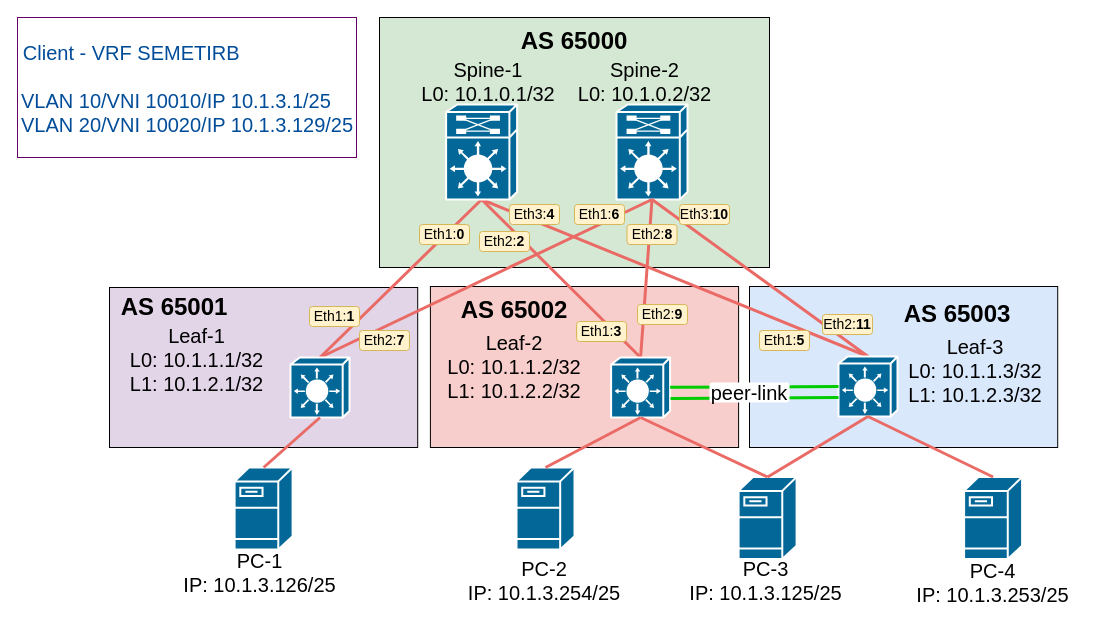
Earlier version of the draw.io diagram lab_07/dz-7_topo_VxLAN_M-LAG.drawio (Tema-sudo/OTUS_DC_network_design). Source tidied: cells renumbered, new cells numbered last; positions are measured from the earlier drawing's top-left corner, leaving out a move shared by most shapes. Both pictures are drawn from the tidied source at 100%, with x=0, y=0 at pixel (17, 17).
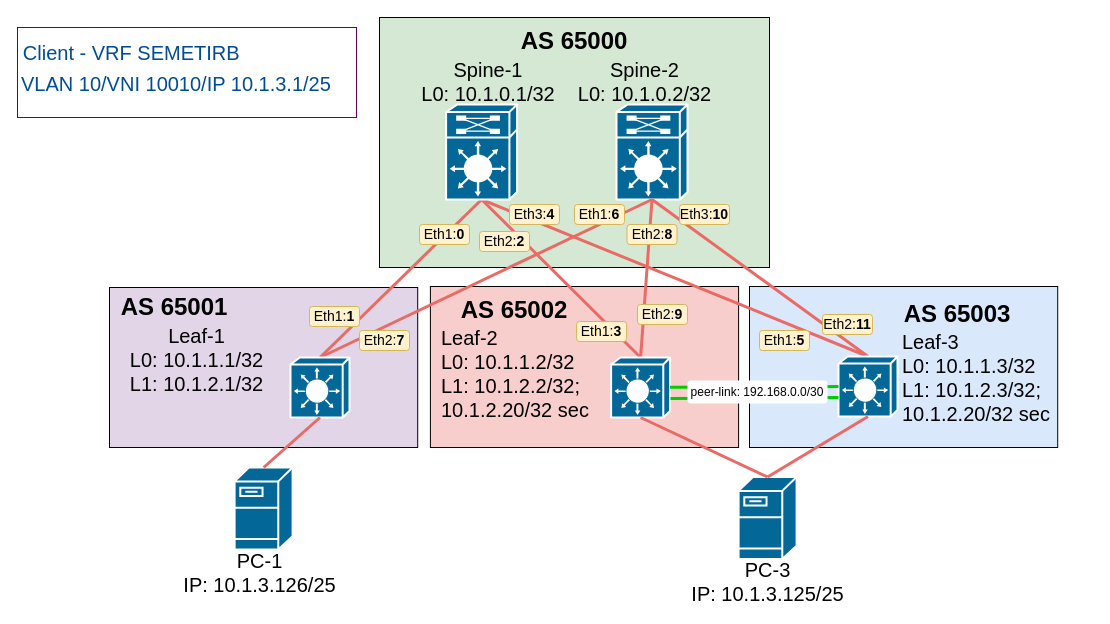
After the change.

The change refers to these unchanged cells:
```xml
<mxCell id="36" style="shape=mxgraph.cisco.switches.layer_3_switch;sketch=0;html=1;dashed=0;fillColor=#036897;strokeColor=#ffffff;strokeWidth=2;verticalLabelPosition=bottom;verticalAlign=top;align=center;outlineConnect=0;hachureGap=4;jiggle=2;curveFitting=1;fontFamily=Architects Daughter;fontSize=20;" parent="1" vertex="1">
  <mxGeometry x="593.6" y="340" width="59" height="60" as="geometry" />
</mxCell>
<mxCell id="37" style="shape=mxgraph.cisco.switches.layer_3_switch;sketch=0;html=1;dashed=0;fillColor=#036897;strokeColor=#ffffff;strokeWidth=2;verticalLabelPosition=bottom;verticalAlign=top;align=center;outlineConnect=0;hachureGap=4;jiggle=2;curveFitting=1;fontFamily=Architects Daughter;fontSize=20;" parent="1" vertex="1">
  <mxGeometry x="821" y="339" width="59" height="60" as="geometry" />
</mxCell>
```

Change to the diagram source:
```diff
@@
-    <mxCell id="12" value="Leaf-3&lt;br&gt;L0:&amp;nbsp;10.1.1.3/32&lt;br&gt;L1:&amp;nbsp;10.1.2.3/32" style="text;html=1;strokeColor=none;fillColor=none;align=center;verticalAlign=middle;whiteSpace=wrap;rounded=0;fontSize=20;fontFamily=Helvetica;horizontal=1;" parent="1" vertex="1">
-      <mxGeometry x="880" y="333" width="156" height="40" as="geometry" />
+    <mxCell id="12" value="Leaf-3&lt;br&gt;L0:&amp;nbsp;10.1.1.3/32&lt;br&gt;L1:&amp;nbsp;10.1.2.3/32;&amp;nbsp;&lt;br&gt;10.1.2.20/32 sec" style="text;html=1;strokeColor=none;fillColor=none;align=left;verticalAlign=middle;whiteSpace=wrap;rounded=0;fontSize=20;fontFamily=Helvetica;horizontal=1;" parent="1" vertex="1">
+      <mxGeometry x="883" y="340" width="156" height="40" as="geometry" />
     </mxCell>
@@
-    <mxCell id="33" value="Leaf-2&lt;br&gt;L0:&amp;nbsp;10.1.1.2/32&lt;br&gt;L1:&amp;nbsp;10.1.2.2/32" style="text;html=1;strokeColor=none;fillColor=none;align=center;verticalAlign=middle;whiteSpace=wrap;rounded=0;fontSize=20;fontFamily=Helvetica;horizontal=1;" parent="1" vertex="1">
-      <mxGeometry x="422" y="324" width="150" height="50" as="geometry" />
+    <mxCell id="33" value="Leaf-2&lt;br&gt;&lt;div style=&quot;&quot;&gt;&lt;span style=&quot;background-color: initial;&quot;&gt;L0:&amp;nbsp;10.1.1.2/32&lt;/span&gt;&lt;/div&gt;&lt;div style=&quot;&quot;&gt;&lt;span style=&quot;background-color: initial;&quot;&gt;L1:&amp;nbsp;&lt;/span&gt;&lt;span style=&quot;background-color: initial;&quot;&gt;10.1.2.2/32;&lt;/span&gt;&lt;/div&gt;&lt;div style=&quot;&quot;&gt;&lt;span style=&quot;background-color: initial;&quot;&gt;10.1.2.20/32 sec&lt;/span&gt;&lt;/div&gt;" style="text;html=1;strokeColor=none;fillColor=none;align=left;verticalAlign=middle;whiteSpace=wrap;rounded=0;fontSize=20;fontFamily=Helvetica;horizontal=1;" parent="1" vertex="1">
+      <mxGeometry x="422" y="331" width="170" height="50" as="geometry" />
     </mxCell>
@@
-    <mxCell id="39" style="shape=mxgraph.cisco.servers.fileserver;sketch=0;html=1;dashed=0;fillColor=#036897;strokeColor=#ffffff;strokeWidth=2;verticalLabelPosition=bottom;verticalAlign=top;align=center;outlineConnect=0;" parent="1" vertex="1">
-      <mxGeometry x="499" y="450" width="58" height="82" as="geometry" />
-    </mxCell>
@@
-    <mxCell id="42" style="edgeStyle=none;rounded=0;hachureGap=4;jettySize=auto;html=1;exitX=0.5;exitY=0;exitDx=0;exitDy=0;exitPerimeter=0;fontFamily=Architects Daughter;fontSize=16;strokeColor=#EA6B66;endArrow=none;endFill=0;strokeWidth=3;entryX=0.5;entryY=1;entryDx=0;entryDy=0;entryPerimeter=0;" parent="1" edge="1" source="39" target="36">
-      <mxGeometry relative="1" as="geometry" />
-    </mxCell>
@@
-    <mxCell id="45" value="PC-2&lt;br&gt;IP: 10.1.3.254/25" style="text;html=1;strokeColor=none;fillColor=none;align=center;verticalAlign=middle;whiteSpace=wrap;rounded=0;fontSize=20;fontFamily=Helvetica;horizontal=1;" parent="1" vertex="1">
-      <mxGeometry x="447" y="549" width="160" height="28" as="geometry" />
-    </mxCell>
-    <mxCell id="46" value="PC-3&lt;br&gt;IP: 10.1.3.125/25" style="text;html=1;strokeColor=none;fillColor=none;align=center;verticalAlign=middle;whiteSpace=wrap;rounded=0;fontSize=20;fontFamily=Helvetica;horizontal=1;" parent="1" vertex="1">
-      <mxGeometry x="662" y="550" width="173" height="25" as="geometry" />
-    </mxCell>
-    <mxCell id="47" style="shape=mxgraph.cisco.servers.fileserver;sketch=0;html=1;dashed=0;fillColor=#036897;strokeColor=#ffffff;strokeWidth=2;verticalLabelPosition=bottom;verticalAlign=top;align=center;outlineConnect=0;" parent="1" vertex="1">
-      <mxGeometry x="946.6" y="459.5" width="58" height="82" as="geometry" />
-    </mxCell>
-    <mxCell id="48" value="PC-4&lt;br&gt;IP: 10.1.3.253/25" style="text;html=1;strokeColor=none;fillColor=none;align=center;verticalAlign=middle;whiteSpace=wrap;rounded=0;fontSize=20;fontFamily=Helvetica;horizontal=1;" parent="1" vertex="1">
-      <mxGeometry x="895.1" y="551" width="161" height="28" as="geometry" />
-    </mxCell>
-    <mxCell id="49" style="edgeStyle=none;rounded=0;hachureGap=4;jettySize=auto;html=1;exitX=0.5;exitY=0;exitDx=0;exitDy=0;exitPerimeter=0;fontFamily=Architects Daughter;fontSize=16;strokeColor=#EA6B66;endArrow=none;endFill=0;strokeWidth=3;entryX=0.5;entryY=1;entryDx=0;entryDy=0;entryPerimeter=0;" parent="1" edge="1" source="47" target="37">
-      <mxGeometry relative="1" as="geometry" />
-    </mxCell>
     <mxCell id="50" style="rounded=0;whiteSpace=wrap;html=1;strokeColor=#660066;strokeWidth=1;" parent="1" vertex="1">
-      <mxGeometry width="339" height="140" as="geometry" />
+      <mxGeometry y="10" width="339" height="90" as="geometry" />
     </mxCell>
@@
-    <mxCell id="52" value="&lt;div&gt;&lt;font color=&quot;#004c99&quot;&gt;VLAN 10/VNI 10010/IP 10.1.3.1/25&lt;/font&gt;&lt;/div&gt;&lt;div&gt;&lt;font color=&quot;#004c99&quot;&gt;VLAN 20/VNI 10020/IP 10.1.3.129/25&lt;/font&gt;&lt;/div&gt;" style="text;html=1;strokeColor=none;fillColor=none;align=left;verticalAlign=middle;whiteSpace=wrap;rounded=0;fontSize=20;fontFamily=Helvetica;horizontal=1;strokeWidth=0;" parent="1" vertex="1">
-      <mxGeometry x="2" y="70" width="340" height="50" as="geometry" />
+    <mxCell id="52" value="&lt;div&gt;&lt;font color=&quot;#004c99&quot;&gt;VLAN 10/VNI 10010/IP 10.1.3.1/25&lt;/font&gt;&lt;/div&gt;" style="text;html=1;strokeColor=none;fillColor=none;align=left;verticalAlign=middle;whiteSpace=wrap;rounded=0;fontSize=20;fontFamily=Helvetica;horizontal=1;strokeWidth=0;" parent="1" vertex="1">
+      <mxGeometry x="2" y="46" width="340" height="40" as="geometry" />
     </mxCell>
@@
-    <mxCell id="56" value="peer-link" style="text;html=1;strokeColor=none;fillColor=default;align=center;verticalAlign=middle;whiteSpace=wrap;rounded=1;fontSize=20;fontFamily=Helvetica;horizontal=1;gradientColor=none;fillStyle=auto;glass=0;" parent="1" vertex="1">
-      <mxGeometry x="692" y="365" width="80" height="20" as="geometry" />
+    <mxCell id="56" value="&lt;font style=&quot;font-size: 12px;&quot;&gt;peer-link: 192.168.0.0/30&lt;/font&gt;" style="text;html=1;strokeColor=none;fillColor=default;align=center;verticalAlign=bottom;whiteSpace=wrap;rounded=1;fontSize=20;fontFamily=Helvetica;horizontal=1;gradientColor=none;fillStyle=auto;glass=0;" parent="1" vertex="1">
+      <mxGeometry x="670" y="363" width="140" height="23" as="geometry" />
     </mxCell>
+    <mxCell id="46" value="PC-3&lt;br&gt;IP: 10.1.3.125/25" style="text;html=1;strokeColor=none;fillColor=none;align=center;verticalAlign=middle;whiteSpace=wrap;rounded=0;fontSize=20;fontFamily=Helvetica;horizontal=1;" parent="1" vertex="1">
+      <mxGeometry x="670" y="547.5" width="161" height="32.5" as="geometry" />
+    </mxCell>
```
